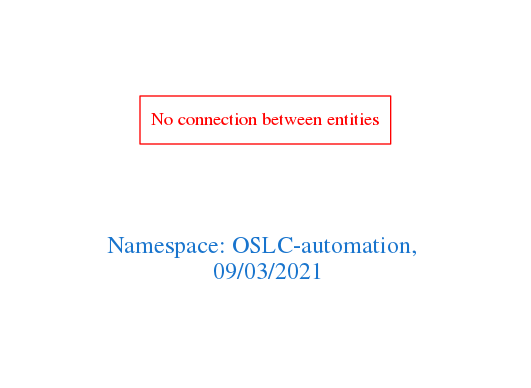
Before: downloads/OSLC-automation.png, a diagram exported from Graphviz (arago/OGIT). Its source is kept beside it as downloads/OSLC-automation.dot.
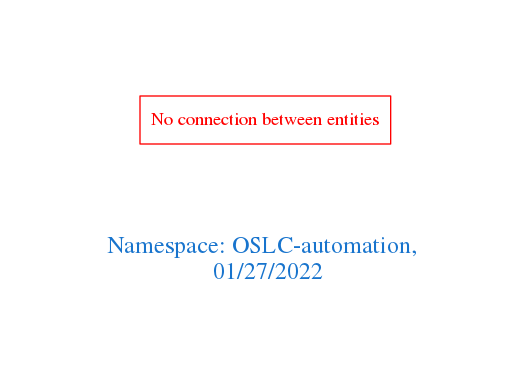
Above is the later version.

What changed in the source:
```diff
@@ -1,7 +1,7 @@
 digraph OGIT_ontology {
  graph [ rankdir= LR,pad=1
 fontsize = 18,
-fontcolor= dodgerblue3,label = "\n\n\nNamespace: OSLC-automation, \n 09/03/2021"];
+fontcolor= dodgerblue3,label = "\n\n\nNamespace: OSLC-automation, \n 01/27/2022"];
 node[shape=polygon];
 edge [  color="gray81"];
 
```
